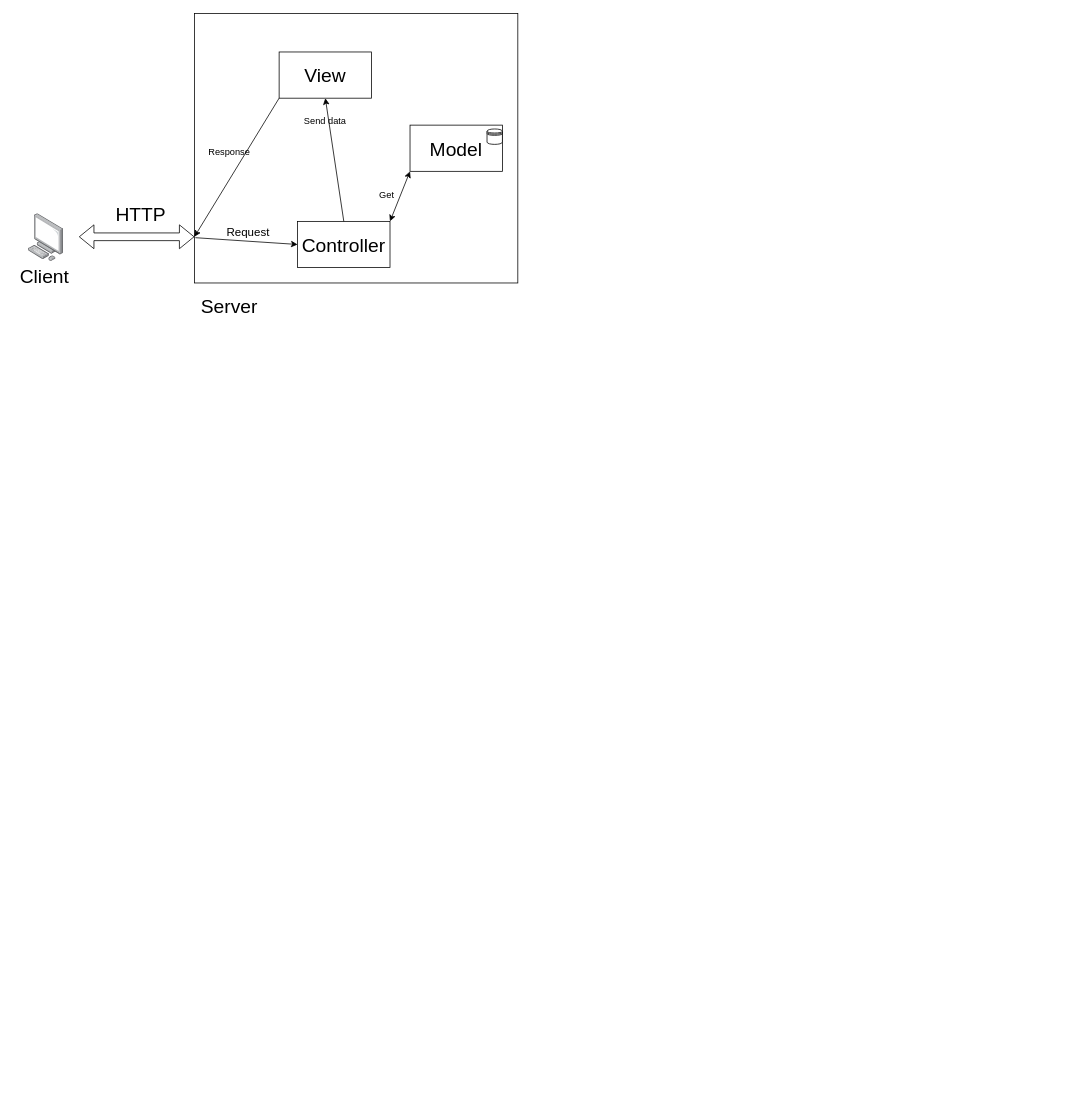
Above: Architecture.drawio in Emile-Bergin/TIDAL (draw.io), before the change. Source tidied: cells renumbered, new cells numbered last; positions are measured from the earlier drawing's top-left corner, leaving out a move shared by most shapes. Both pictures are drawn from the tidied source at 77%, with x=0, y=0 at pixel (13, 13).
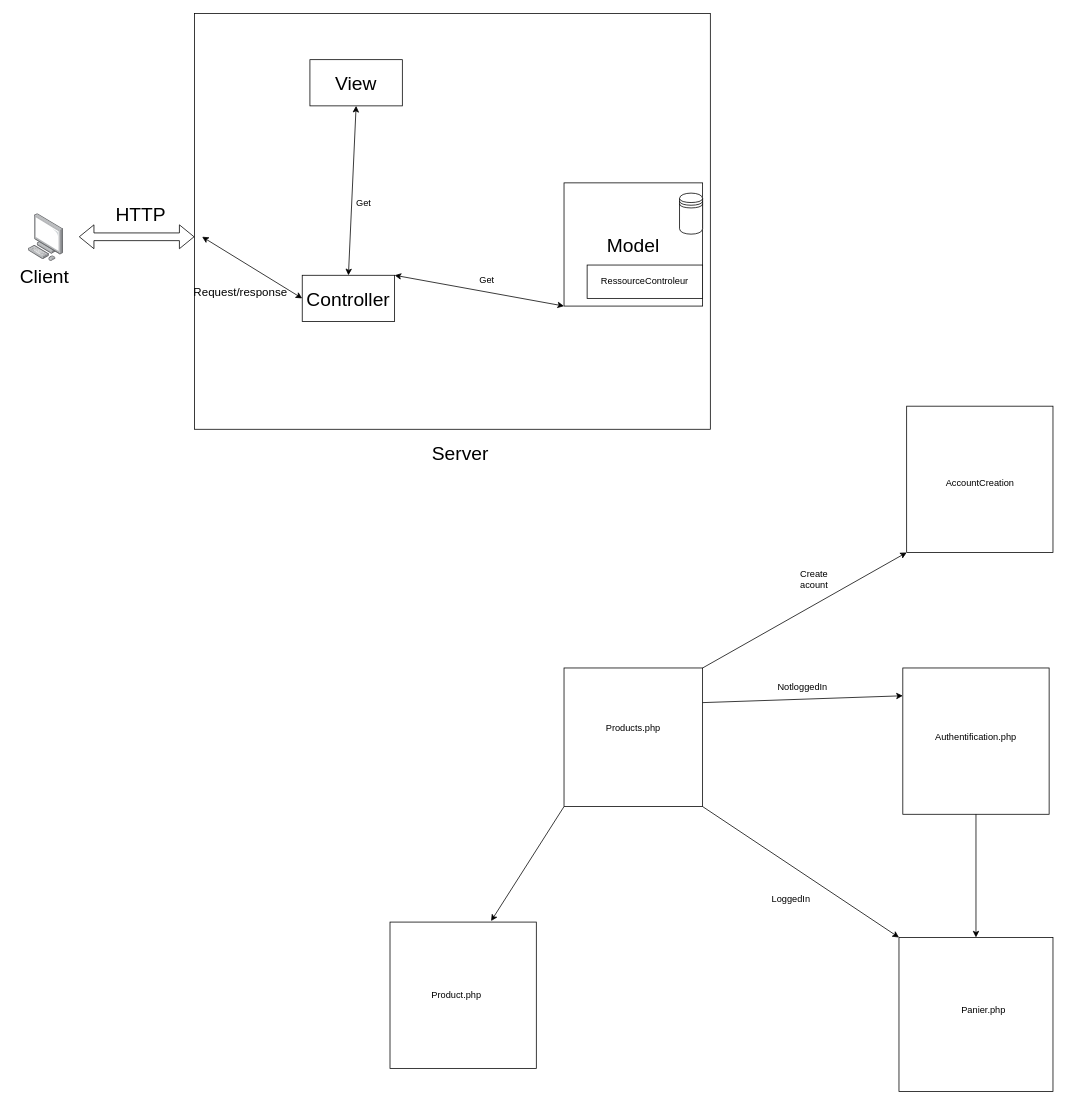
The same page after the edit.

Unchanged cells that the change refers to:
```xml
<mxCell id="10" style="rounded=0;whiteSpace=wrap;html=1;fontSize=25;" parent="9" vertex="1">
  <mxGeometry width="120" height="60" as="geometry" />
</mxCell>
<mxCell id="13" style="rounded=0;whiteSpace=wrap;html=1;fontSize=25;" parent="12" vertex="1">
  <mxGeometry width="120" height="60" as="geometry" />
</mxCell>
<mxCell id="22" style="group;" parent="1" vertex="1">
  <mxGeometry x="465" y="220" width="40" height="20" as="geometry" />
</mxCell>
```

Change to the diagram source:
```diff
@@
     <mxCell id="5" style="rounded=0;whiteSpace=wrap;html=1;" parent="1" vertex="1">
-      <mxGeometry x="235" width="420" height="350" as="geometry" />
+      <mxGeometry x="235" width="670" height="540" as="geometry" />
     </mxCell>
     <mxCell id="6" value="Server" style="text;html=1;align=center;verticalAlign=middle;fontSize=25;" parent="1" vertex="1">
-      <mxGeometry x="235" y="360" width="90" height="40" as="geometry" />
+      <mxGeometry x="534.5" y="550" width="90" height="40" as="geometry" />
     </mxCell>
@@
     <mxCell id="9" style="group;" parent="1" vertex="1">
-      <mxGeometry x="369" y="270" width="120" height="60" as="geometry" />
+      <mxGeometry x="375" y="340" width="120" height="60" as="geometry" />
     </mxCell>
@@
     <mxCell id="12" style="group;" parent="1" vertex="1">
-      <mxGeometry x="345" y="50" width="120" height="60" as="geometry" />
+      <mxGeometry x="385" y="60" width="120" height="60" as="geometry" />
     </mxCell>
@@
     <mxCell id="15" style="group;" parent="1" vertex="1">
-      <mxGeometry x="515" y="145" width="120" height="60" as="geometry" />
+      <mxGeometry x="715" y="220" width="180" height="160" as="geometry" />
     </mxCell>
     <mxCell id="16" style="rounded=0;whiteSpace=wrap;html=1;fontSize=25;" parent="15" vertex="1">
-      <mxGeometry width="120" height="60" as="geometry" />
+      <mxGeometry width="180" height="160" as="geometry" />
     </mxCell>
     <mxCell id="17" value="Model" style="text;html=1;strokeColor=none;fillColor=none;align=center;verticalAlign=middle;whiteSpace=wrap;rounded=0;fontSize=25;" parent="15" vertex="1">
-      <mxGeometry x="40" y="20" width="40" height="20" as="geometry" />
+      <mxGeometry x="60" y="53.3" width="60" height="53.3" as="geometry" />
     </mxCell>
     <mxCell id="18" style="shape=datastore;whiteSpace=wrap;html=1;fontSize=25;" parent="15" vertex="1">
-      <mxGeometry x="100" y="5" width="20" height="20" as="geometry" />
+      <mxGeometry x="150" y="13.3" width="30" height="53.3" as="geometry" />
     </mxCell>
+    <mxCell id="31" style="rounded=0;whiteSpace=wrap;html=1;" parent="15" vertex="1">
+      <mxGeometry x="30" y="106.7" width="150" height="43.3" as="geometry" />
+    </mxCell>
+    <mxCell id="32" value="RessourceControleur" style="text;html=1;strokeColor=none;fillColor=none;align=center;verticalAlign=middle;whiteSpace=wrap;rounded=0;" parent="15" vertex="1">
+      <mxGeometry x="85" y="118.3" width="40" height="20" as="geometry" />
+    </mxCell>
     <mxCell id="19" style="group;" parent="1" vertex="1">
-      <mxGeometry x="285" y="270" width="40" height="20" as="geometry" />
+      <mxGeometry x="265" y="330" width="40" height="20" as="geometry" />
     </mxCell>
-    <mxCell id="20" style="endArrow=classic;html=1;fontSize=25;exitX=0.003;exitY=0.832;exitDx=0;exitDy=0;exitPerimeter=0;entryX=0;entryY=0.5;entryDx=0;entryDy=0;" parent="19" edge="1" source="5" target="10">
-      <mxGeometry relative="1" as="geometry" />
-    </mxCell>
-    <mxCell id="21" value="&lt;font style=&quot;font-size: 15px&quot;&gt;Request&lt;/font&gt;" style="text;html=1;strokeColor=none;fillColor=none;align=center;verticalAlign=middle;whiteSpace=wrap;rounded=0;fontSize=25;" parent="19" vertex="1">
-      <mxGeometry width="40" height="20" as="geometry" />
+    <mxCell id="21" value="&lt;font style=&quot;font-size: 15px&quot;&gt;Request/response&lt;/font&gt;" style="text;html=1;strokeColor=none;fillColor=none;align=center;verticalAlign=middle;whiteSpace=wrap;rounded=0;fontSize=25;" parent="19" vertex="1">
+      <mxGeometry x="10" y="16.7" width="40" height="20" as="geometry" />
     </mxCell>
@@
+    <mxCell id="33" style="whiteSpace=wrap;html=1;" parent="1" vertex="1">
+      <mxGeometry x="715" y="850" width="180" height="180" as="geometry" />
+    </mxCell>
+    <mxCell id="34" value="Products.php" style="text;html=1;strokeColor=none;fillColor=none;align=center;verticalAlign=middle;whiteSpace=wrap;rounded=0;" parent="1" vertex="1">
+      <mxGeometry x="760" y="900" width="90" height="55" as="geometry" />
+    </mxCell>
+    <mxCell id="35" style="whiteSpace=wrap;html=1;" parent="1" vertex="1">
+      <mxGeometry x="1155" y="850" width="190" height="190" as="geometry" />
+    </mxCell>
+    <mxCell id="36" style="endArrow=classic;html=1;entryX=0;entryY=0.19;entryDx=0;entryDy=0;entryPerimeter=0;exitX=1;exitY=0.25;exitDx=0;exitDy=0;" parent="1" edge="1" source="33" target="35">
+      <mxGeometry relative="1" as="geometry" />
+    </mxCell>
+    <mxCell id="37" value="Authentification.php" style="text;html=1;strokeColor=none;fillColor=none;align=center;verticalAlign=middle;whiteSpace=wrap;rounded=0;" parent="1" vertex="1">
+      <mxGeometry x="1185" y="892.5" width="130" height="95" as="geometry" />
+    </mxCell>
+    <mxCell id="38" style="whiteSpace=wrap;html=1;" parent="1" vertex="1">
+      <mxGeometry x="1150" y="1200" width="200" height="200" as="geometry" />
+    </mxCell>
+    <mxCell id="39" value="Panier.php" style="text;html=1;strokeColor=none;fillColor=none;align=center;verticalAlign=middle;whiteSpace=wrap;rounded=0;" parent="1" vertex="1">
+      <mxGeometry x="1205" y="1260" width="110" height="70" as="geometry" />
+    </mxCell>
+    <mxCell id="40" style="endArrow=classic;html=1;exitX=0.5;exitY=1;exitDx=0;exitDy=0;entryX=0.5;entryY=0;entryDx=0;entryDy=0;" parent="1" edge="1" source="35" target="38">
+      <mxGeometry relative="1" as="geometry" />
+    </mxCell>
+    <mxCell id="41" value="NotloggedIn" style="text;html=1;strokeColor=none;fillColor=none;align=center;verticalAlign=middle;whiteSpace=wrap;rounded=0;" parent="1" vertex="1">
+      <mxGeometry x="975" y="830" width="100" height="90" as="geometry" />
+    </mxCell>
+    <mxCell id="42" style="endArrow=classic;html=1;exitX=1;exitY=1;exitDx=0;exitDy=0;entryX=0;entryY=0;entryDx=0;entryDy=0;" parent="1" edge="1" source="33" target="38">
+      <mxGeometry relative="1" as="geometry" />
+    </mxCell>
+    <mxCell id="43" value="LoggedIn" style="text;html=1;strokeColor=none;fillColor=none;align=center;verticalAlign=middle;whiteSpace=wrap;rounded=0;" parent="1" vertex="1">
+      <mxGeometry x="955" y="1110" width="110" height="80" as="geometry" />
+    </mxCell>
+    <mxCell id="44" style="whiteSpace=wrap;html=1;" parent="1" vertex="1">
+      <mxGeometry x="489" y="1180" width="190" height="190" as="geometry" />
+    </mxCell>
+    <mxCell id="45" style="endArrow=classic;html=1;exitX=0;exitY=1;exitDx=0;exitDy=0;entryX=0.691;entryY=-0.007;entryDx=0;entryDy=0;entryPerimeter=0;" parent="1" edge="1" source="33" target="44">
+      <mxGeometry relative="1" as="geometry" />
+    </mxCell>
+    <mxCell id="46" value="Product.php" style="text;html=1;strokeColor=none;fillColor=none;align=center;verticalAlign=middle;whiteSpace=wrap;rounded=0;" parent="1" vertex="1">
+      <mxGeometry x="534.5" y="1247.5" width="81" height="55" as="geometry" />
+    </mxCell>
+    <mxCell id="47" style="whiteSpace=wrap;html=1;" parent="1" vertex="1">
+      <mxGeometry x="1160" y="510" width="190" height="190" as="geometry" />
+    </mxCell>
+    <mxCell id="48" style="endArrow=classic;html=1;exitX=1;exitY=0;exitDx=0;exitDy=0;entryX=0;entryY=1;entryDx=0;entryDy=0;" parent="1" edge="1" source="33" target="47">
+      <mxGeometry relative="1" as="geometry" />
+    </mxCell>
+    <mxCell id="49" value="Create acount" style="text;html=1;strokeColor=none;fillColor=none;align=center;verticalAlign=middle;whiteSpace=wrap;rounded=0;" parent="1" vertex="1">
+      <mxGeometry x="1005" y="700" width="70" height="70" as="geometry" />
+    </mxCell>
+    <mxCell id="50" value="AccountCreation" style="text;html=1;strokeColor=none;fillColor=none;align=center;verticalAlign=middle;whiteSpace=wrap;rounded=0;" parent="1" vertex="1">
+      <mxGeometry x="1197.5" y="560" width="115" height="100" as="geometry" />
+    </mxCell>
+    <mxCell id="29" style="endArrow=classic;startArrow=classic;html=1;entryX=0.5;entryY=1;entryDx=0;entryDy=0;exitX=0.5;exitY=0;exitDx=0;exitDy=0;" parent="1" edge="1" source="10" target="13">
+      <mxGeometry relative="1" as="geometry" />
+    </mxCell>
-    <mxCell id="24" value="&lt;font style=&quot;font-size: 12px&quot;&gt;Get&lt;/font&gt;" style="text;html=1;strokeColor=none;fillColor=none;align=center;verticalAlign=middle;whiteSpace=wrap;rounded=0;fontSize=25;" parent="22" vertex="1">
-      <mxGeometry width="40" height="20" as="geometry" />
+    <mxCell id="24" value="&lt;font style=&quot;font-size: 12px&quot;&gt;Get&lt;/font&gt;" style="text;html=1;strokeColor=none;fillColor=none;align=center;verticalAlign=middle;whiteSpace=wrap;rounded=0;fontSize=25;" parent="1" vertex="1">
+      <mxGeometry x="435" y="230" width="40" height="20" as="geometry" />
     </mxCell>
-    <mxCell id="25" style="group;" parent="1" vertex="1">
-      <mxGeometry x="235" y="170" width="80" height="120" as="geometry" />
-    </mxCell>
-    <mxCell id="26" style="endArrow=classic;html=1;fontSize=12;exitX=0;exitY=1;exitDx=0;exitDy=0;" parent="25" edge="1" source="13">
-      <mxGeometry relative="1" as="geometry">
-        <mxPoint y="120" as="targetPoint" />
-      </mxGeometry>
-    </mxCell>
-    <mxCell id="27" value="Response" style="text;html=1;align=center;verticalAlign=middle;fontSize=12;" parent="25" vertex="1">
-      <mxGeometry x="10" width="70" height="20" as="geometry" />
-    </mxCell>
-    <mxCell id="28" style="group;" parent="1" vertex="1">
-      <mxGeometry x="345" y="130" width="120" height="20" as="geometry" />
-    </mxCell>
-    <mxCell id="29" style="endArrow=classic;html=1;fontSize=25;exitX=0.5;exitY=0;exitDx=0;exitDy=0;entryX=0.5;entryY=1;entryDx=0;entryDy=0;" parent="28" edge="1" source="10" target="13">
-      <mxGeometry relative="1" as="geometry" />
-    </mxCell>
-    <mxCell id="30" value="Send data" style="text;html=1;strokeColor=none;fillColor=none;align=center;verticalAlign=middle;whiteSpace=wrap;rounded=0;fontSize=12;" parent="28" vertex="1">
-      <mxGeometry width="120" height="20" as="geometry" />
-    </mxCell>
+    <mxCell id="51" value="&lt;font style=&quot;font-size: 12px&quot;&gt;Get&lt;/font&gt;" style="text;html=1;strokeColor=none;fillColor=none;align=center;verticalAlign=middle;whiteSpace=wrap;rounded=0;fontSize=25;" parent="1" vertex="1">
+      <mxGeometry x="595" y="330" width="40" height="20" as="geometry" />
+    </mxCell>
+    <mxCell id="52" style="endArrow=classic;startArrow=classic;html=1;entryX=0;entryY=0.5;entryDx=0;entryDy=0;" parent="1" edge="1" target="10">
+      <mxGeometry relative="1" as="geometry">
+        <mxPoint x="245" y="290" as="sourcePoint" />
+      </mxGeometry>
+    </mxCell>
```
